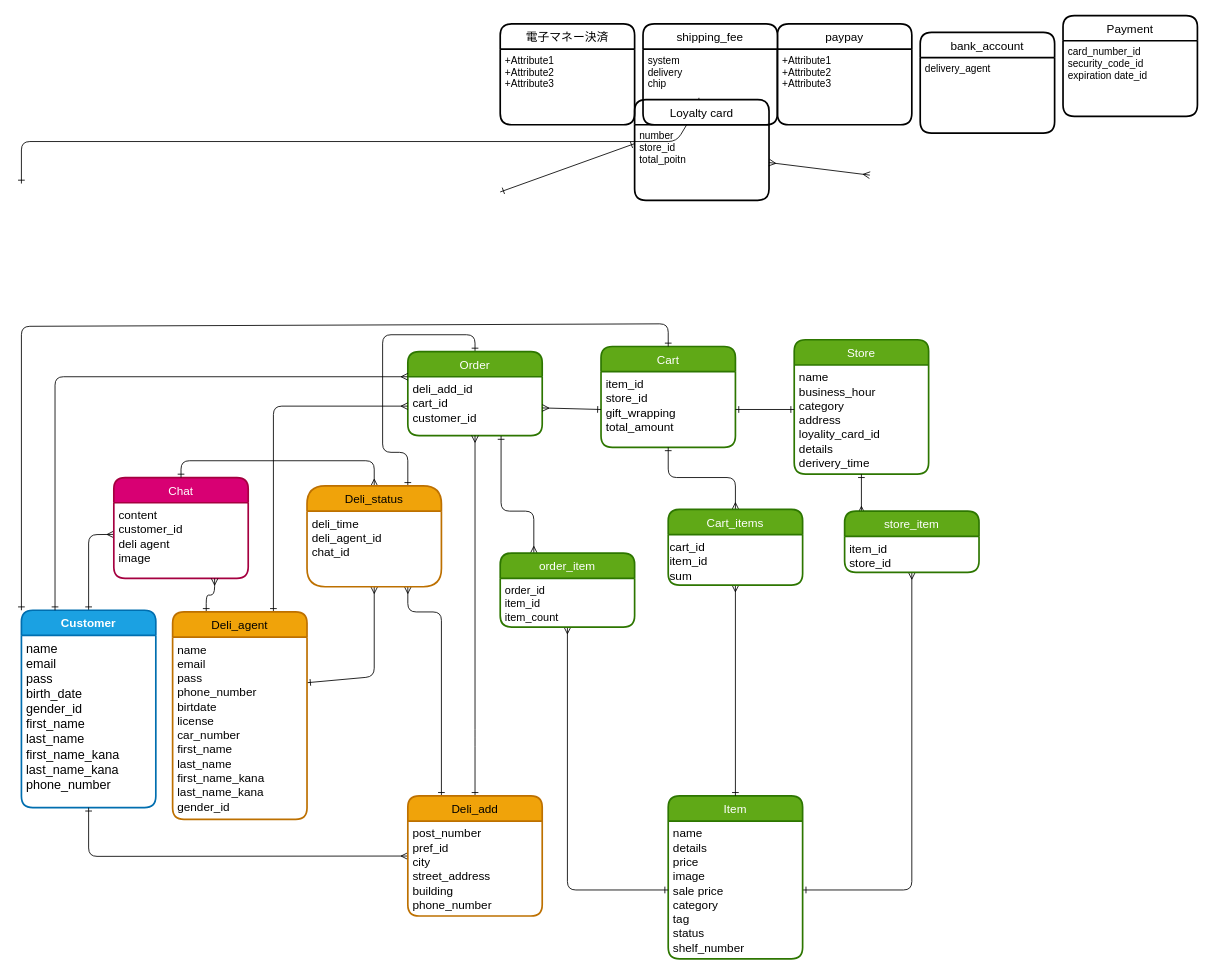
otak0574/originalapp-37001 keeps this draw.io diagram as ori-app.dio. Above is the earlier version. Source tidied: cells renumbered, new cells numbered last; positions are measured from the earlier drawing's top-left corner, leaving out a move shared by most shapes. Both pictures are drawn from the tidied source at 84%, with x=0, y=0 at pixel (21, 15).
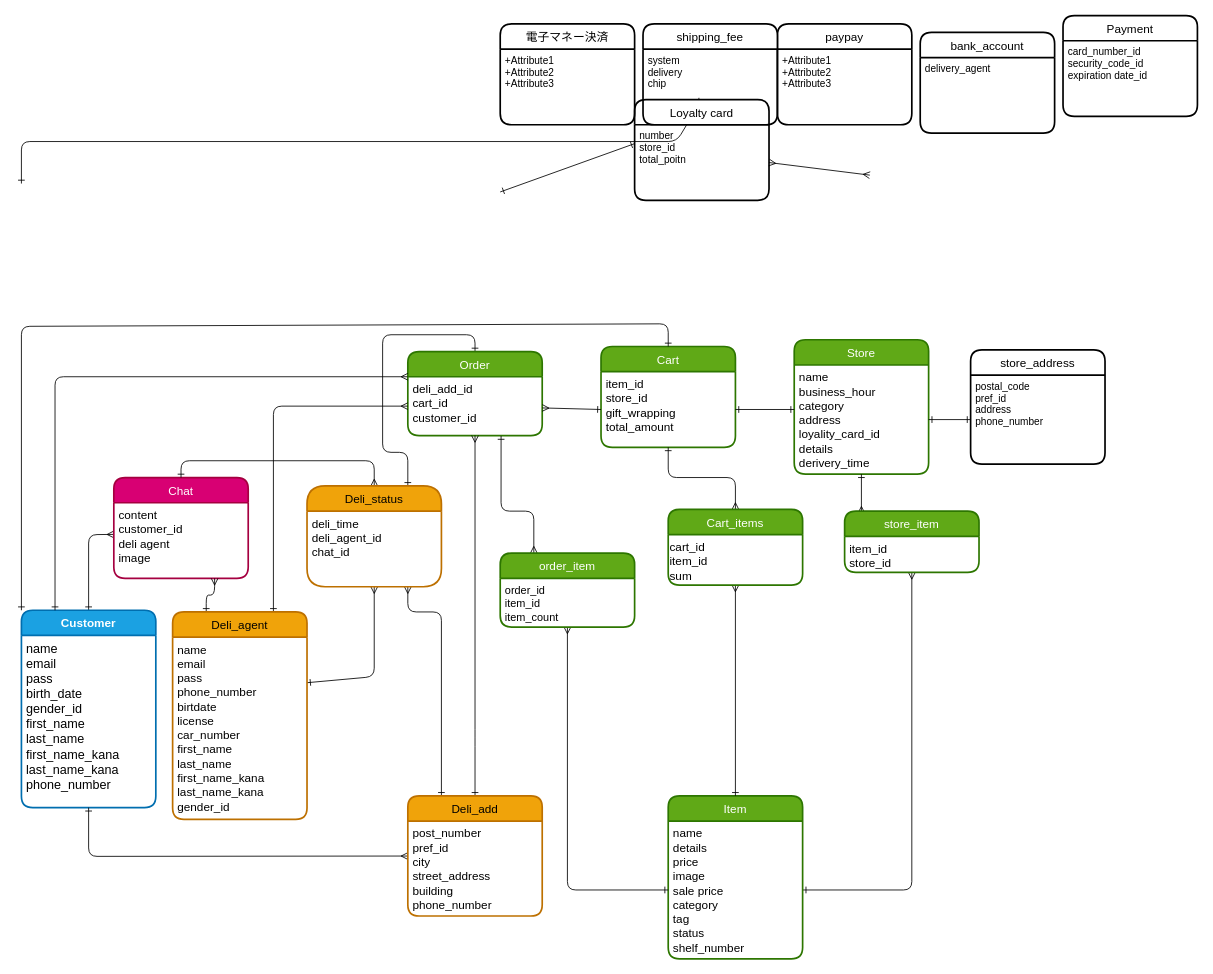
The same page after the edit.

The change refers to these unchanged cells:
```xml
<mxCell id="22" value="name&#10;business_hour&#10;category&#10;address&#10;loyality_card_id&#10;details&#10;derivery_time&#10;" style="align=left;strokeColor=none;fillColor=none;spacingLeft=4;fontSize=14;verticalAlign=top;" parent="21" vertex="1">
  <mxGeometry y="30" width="160" height="130" as="geometry" />
</mxCell>
```

Diff of the diagram source:
```diff
@@
+    <mxCell id="60" value="store_address" style="swimlane;horizontal=1;startSize=30;rounded=1;fontSize=14;fontStyle=0;strokeWidth=2;shadow=0;dashed=0;align=center;" parent="1" vertex="1">
+      <mxGeometry x="1130" y="398" width="160" height="136" as="geometry" />
+    </mxCell>
+    <mxCell id="61" value="postal_code&#10;pref_id&#10;address&#10;phone_number" style="align=left;strokeColor=none;fillColor=none;spacingLeft=4;fontSize=12;verticalAlign=top;" parent="60" vertex="1">
+      <mxGeometry y="30" width="160" height="106" as="geometry" />
+    </mxCell>
+    <mxCell id="62" style="edgeStyle=none;html=1;startArrow=ERone;startFill=0;endArrow=ERone;endFill=0;" parent="1" edge="1" source="61" target="22">
+      <mxGeometry relative="1" as="geometry" />
+    </mxCell>
```
